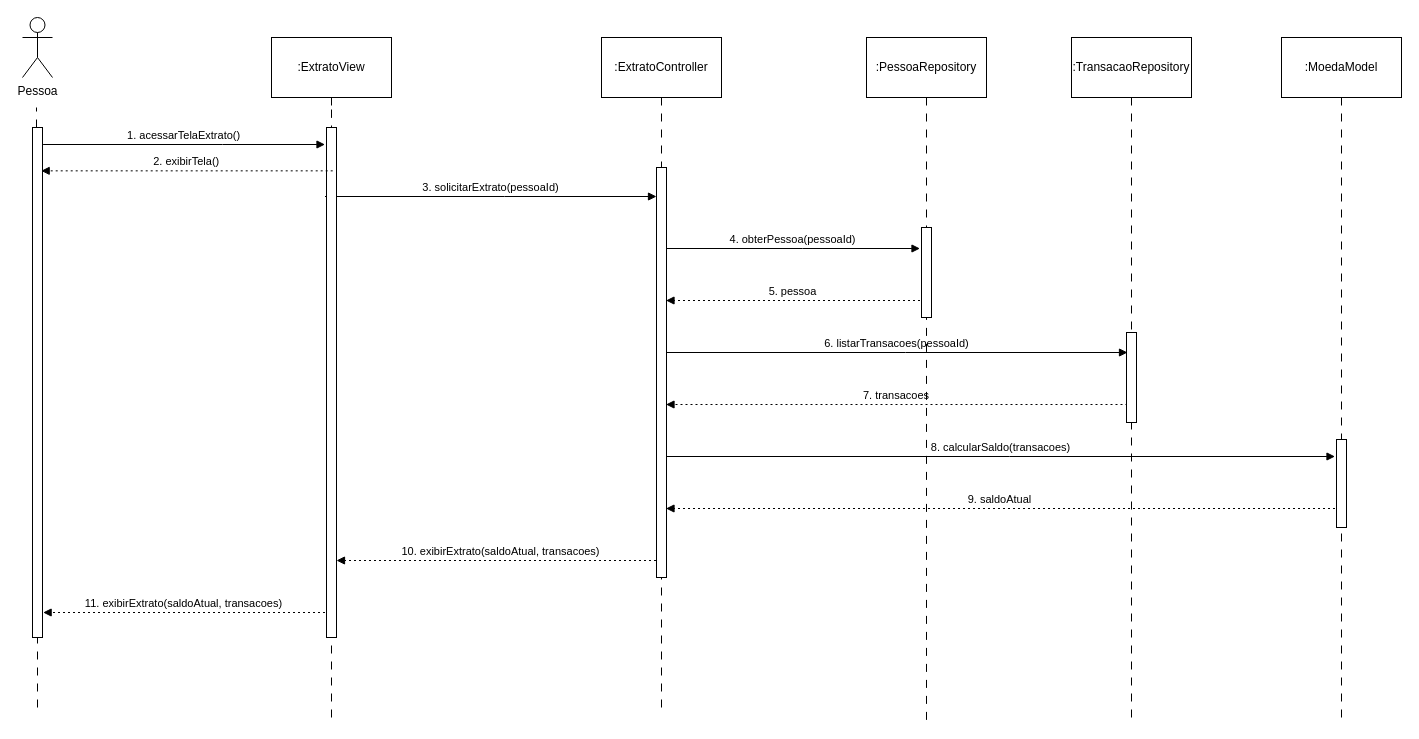
The draw.io diagram projeto/drawio/diagrama de sequencia consulta de extrato.drawio in pedrolucas444/laboratorio-3, before the edit. Source tidied: cells renumbered, new cells numbered last; positions are measured from the earlier drawing's top-left corner, leaving out a move shared by most shapes. Both pictures are drawn from the tidied source at 100%, with x=0, y=0 at pixel (22, 17).
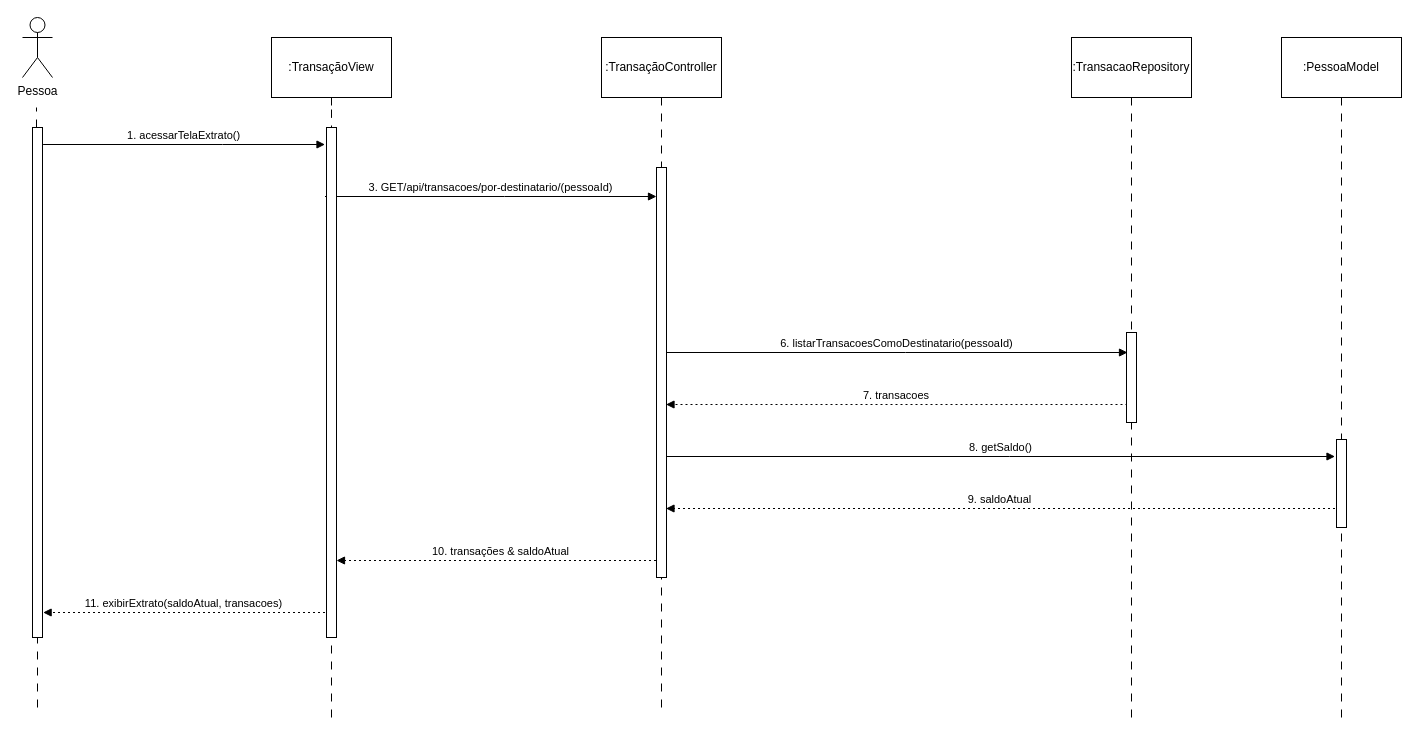
After the change.

The change refers to these unchanged cells:
```xml
<mxCell id="13" style="rounded=0;whiteSpace=wrap;html=1;" parent="1" vertex="1">
  <mxGeometry x="10" y="110" width="10" height="510" as="geometry" />
</mxCell>
<mxCell id="16" style="rounded=0;whiteSpace=wrap;html=1;" parent="1" vertex="1">
  <mxGeometry x="304" y="110" width="10" height="510" as="geometry" />
</mxCell>
<mxCell id="21" style="rounded=0;whiteSpace=wrap;html=1;" parent="1" vertex="1">
  <mxGeometry x="634" y="150" width="10" height="410" as="geometry" />
</mxCell>
```

What changed in the source:
```diff
@@
-    <mxCell id="3" value="3. solicitarExtrato(pessoaId)" style="verticalAlign=bottom;edgeStyle=elbowEdgeStyle;elbow=vertical;curved=0;rounded=0;endArrow=block;" parent="1" edge="1" target="21">
+    <mxCell id="3" value="3. GET/api/transacoes/por-destinatario/(pessoaId)" style="verticalAlign=bottom;edgeStyle=elbowEdgeStyle;elbow=vertical;curved=0;rounded=0;endArrow=block;" parent="1" edge="1" target="21">
       <mxGeometry relative="1" as="geometry">
         <mxPoint x="302.5" y="179" as="sourcePoint" />
         <Array as="points">
           <mxPoint x="482" y="179" />
         </Array>
       </mxGeometry>
     </mxCell>
-    <mxCell id="4" value="4. obterPessoa(pessoaId)" style="verticalAlign=bottom;edgeStyle=elbowEdgeStyle;elbow=vertical;curved=0;rounded=0;endArrow=block;" parent="1" edge="1">
-      <mxGeometry relative="1" as="geometry">
-        <mxPoint x="643.5" y="231" as="sourcePoint" />
-        <mxPoint x="897.5" y="231" as="targetPoint" />
-        <Array as="points">
-          <mxPoint x="780" y="231" />
-        </Array>
-      </mxGeometry>
-    </mxCell>
-    <mxCell id="5" value="5. pessoa" style="verticalAlign=bottom;edgeStyle=elbowEdgeStyle;elbow=horizontal;curved=0;rounded=0;dashed=1;dashPattern=2 3;endArrow=block;" parent="1" edge="1">
-      <mxGeometry relative="1" as="geometry">
-        <mxPoint x="897.5" y="283" as="sourcePoint" />
-        <mxPoint x="643.5" y="283" as="targetPoint" />
-        <Array as="points">
-          <mxPoint x="783" y="283" />
-        </Array>
-      </mxGeometry>
-    </mxCell>
-    <mxCell id="6" value="6. listarTransacoes(pessoaId)" style="verticalAlign=bottom;edgeStyle=elbowEdgeStyle;elbow=vertical;curved=0;rounded=0;endArrow=block;" parent="1" edge="1">
+    <mxCell id="6" value="6. listarTransacoesComoDestinatario(pessoaId)" style="verticalAlign=bottom;edgeStyle=elbowEdgeStyle;elbow=vertical;curved=0;rounded=0;endArrow=block;" parent="1" edge="1">
       <mxGeometry relative="1" as="geometry">
         <mxPoint x="643.5" y="335" as="sourcePoint" />
         <mxPoint x="1105" y="335" as="targetPoint" />
         <Array as="points">
           <mxPoint x="883" y="335" />
         </Array>
       </mxGeometry>
     </mxCell>
@@
-    <mxCell id="8" value="8. calcularSaldo(transacoes)" style="verticalAlign=bottom;edgeStyle=elbowEdgeStyle;elbow=vertical;curved=0;rounded=0;endArrow=block;" parent="1" edge="1">
+    <mxCell id="8" value="8. getSaldo()" style="verticalAlign=bottom;edgeStyle=elbowEdgeStyle;elbow=vertical;curved=0;rounded=0;endArrow=block;" parent="1" edge="1">
       <mxGeometry relative="1" as="geometry">
         <mxPoint x="643.5" y="439" as="sourcePoint" />
         <mxPoint x="1312.5" y="439" as="targetPoint" />
         <Array as="points">
           <mxPoint x="987" y="439" />
         </Array>
       </mxGeometry>
     </mxCell>
@@
-    <mxCell id="10" value="10. exibirExtrato(saldoAtual, transacoes)" style="verticalAlign=bottom;edgeStyle=elbowEdgeStyle;elbow=vertical;curved=0;rounded=0;dashed=1;dashPattern=2 3;endArrow=block;" parent="1" edge="1" target="16">
+    <mxCell id="10" value="10. transações &amp; saldoAtual" style="verticalAlign=bottom;edgeStyle=elbowEdgeStyle;elbow=vertical;curved=0;rounded=0;dashed=1;dashPattern=2 3;endArrow=block;" parent="1" edge="1" target="16">
       <mxGeometry relative="1" as="geometry">
         <mxPoint x="643.5" y="543" as="sourcePoint" />
         <Array as="points">
           <mxPoint x="485" y="543" />
         </Array>
       </mxGeometry>
     </mxCell>
@@
-    <mxCell id="15" value=":ExtratoView" style="rounded=0;whiteSpace=wrap;html=1;" parent="1" vertex="1">
+    <mxCell id="15" value=":TransaçãoView" style="rounded=0;whiteSpace=wrap;html=1;" parent="1" vertex="1">
       <mxGeometry x="249" y="20" width="120" height="60" as="geometry" />
     </mxCell>
@@
-    <mxCell id="17" value="2. exibirTela()" style="verticalAlign=bottom;edgeStyle=elbowEdgeStyle;elbow=horizontal;curved=0;rounded=0;dashed=1;dashPattern=2 3;endArrow=block;exitX=0.621;exitY=0.085;exitDx=0;exitDy=0;exitPerimeter=0;entryX=0.868;entryY=0.085;entryDx=0;entryDy=0;entryPerimeter=0;" parent="1" edge="1" source="16" target="13">
-      <mxGeometry relative="1" as="geometry">
-        <Array as="points">
-          <mxPoint x="160" y="150" />
-        </Array>
-      </mxGeometry>
-    </mxCell>
@@
-    <mxCell id="20" value=":ExtratoController" style="rounded=0;whiteSpace=wrap;html=1;" parent="1" vertex="1">
+    <mxCell id="20" value=":TransaçãoController" style="rounded=0;whiteSpace=wrap;html=1;" parent="1" vertex="1">
       <mxGeometry x="579" y="20" width="120" height="60" as="geometry" />
     </mxCell>
@@
-    <mxCell id="23" style="edgeStyle=orthogonalEdgeStyle;rounded=0;jettySize=auto;html=1;entryX=0.5;entryY=0;entryDx=0;entryDy=0;endArrow=none;startFill=0;dashed=1;dashPattern=8 8;" parent="1" edge="1" source="24" target="25">
-      <mxGeometry relative="1" as="geometry" />
-    </mxCell>
-    <mxCell id="24" value=":PessoaRepository" style="rounded=0;whiteSpace=wrap;html=1;" parent="1" vertex="1">
-      <mxGeometry x="844" y="20" width="120" height="60" as="geometry" />
-    </mxCell>
-    <mxCell id="25" style="rounded=0;whiteSpace=wrap;html=1;" parent="1" vertex="1">
-      <mxGeometry x="899" y="210" width="10" height="90" as="geometry" />
-    </mxCell>
-    <mxCell id="26" style="endArrow=none;html=1;rounded=0;entryX=0.5;entryY=1;entryDx=0;entryDy=0;dashed=1;dashPattern=8 8;" parent="1" edge="1" target="25">
-      <mxGeometry relative="1" as="geometry">
-        <mxPoint x="904" y="702.4" as="sourcePoint" />
-      </mxGeometry>
-    </mxCell>
@@
-    <mxCell id="32" value=":MoedaModel" style="rounded=0;whiteSpace=wrap;html=1;" parent="1" vertex="1">
+    <mxCell id="32" value=":PessoaModel" style="rounded=0;whiteSpace=wrap;html=1;" parent="1" vertex="1">
       <mxGeometry x="1259" y="20" width="120" height="60" as="geometry" />
     </mxCell>
```
